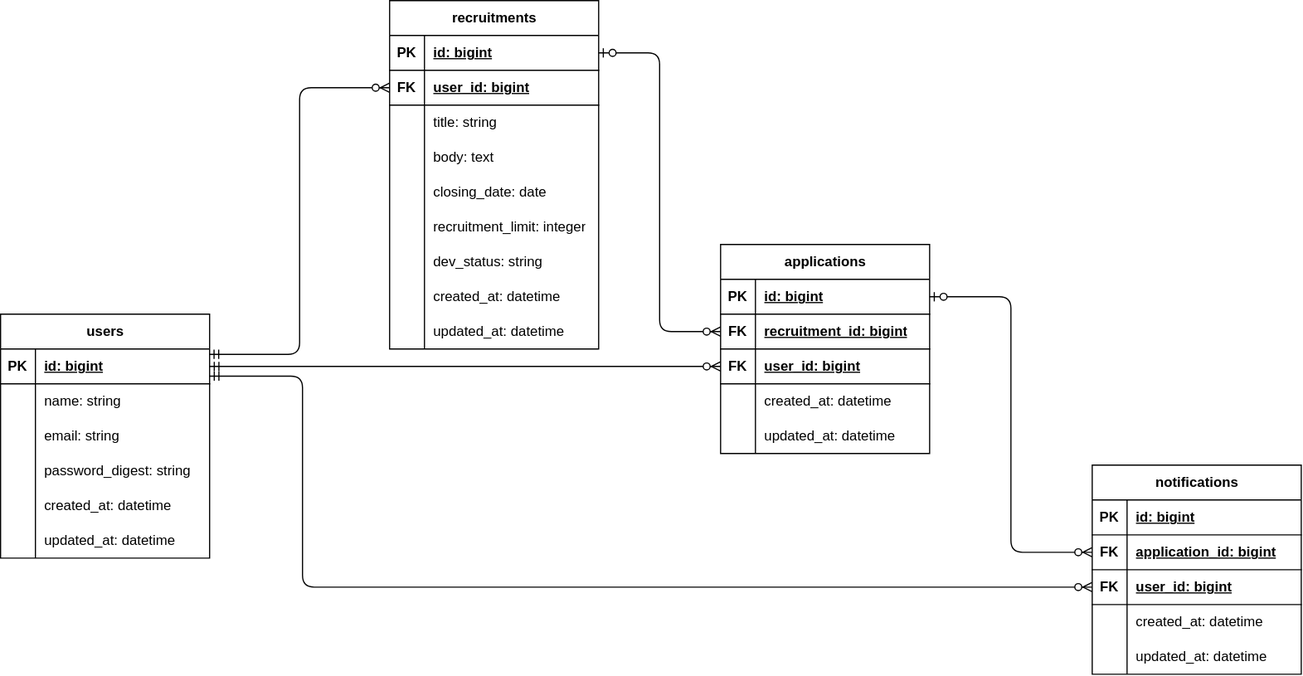
Before: docs/er-diagram.drawio.svg, a diagram exported from draw.io (tnakamura0/team-development-matching). Source tidied: cells renumbered, new cells last; positions are measured from the earlier drawing's top-left corner, leaving out a move shared by most shapes.
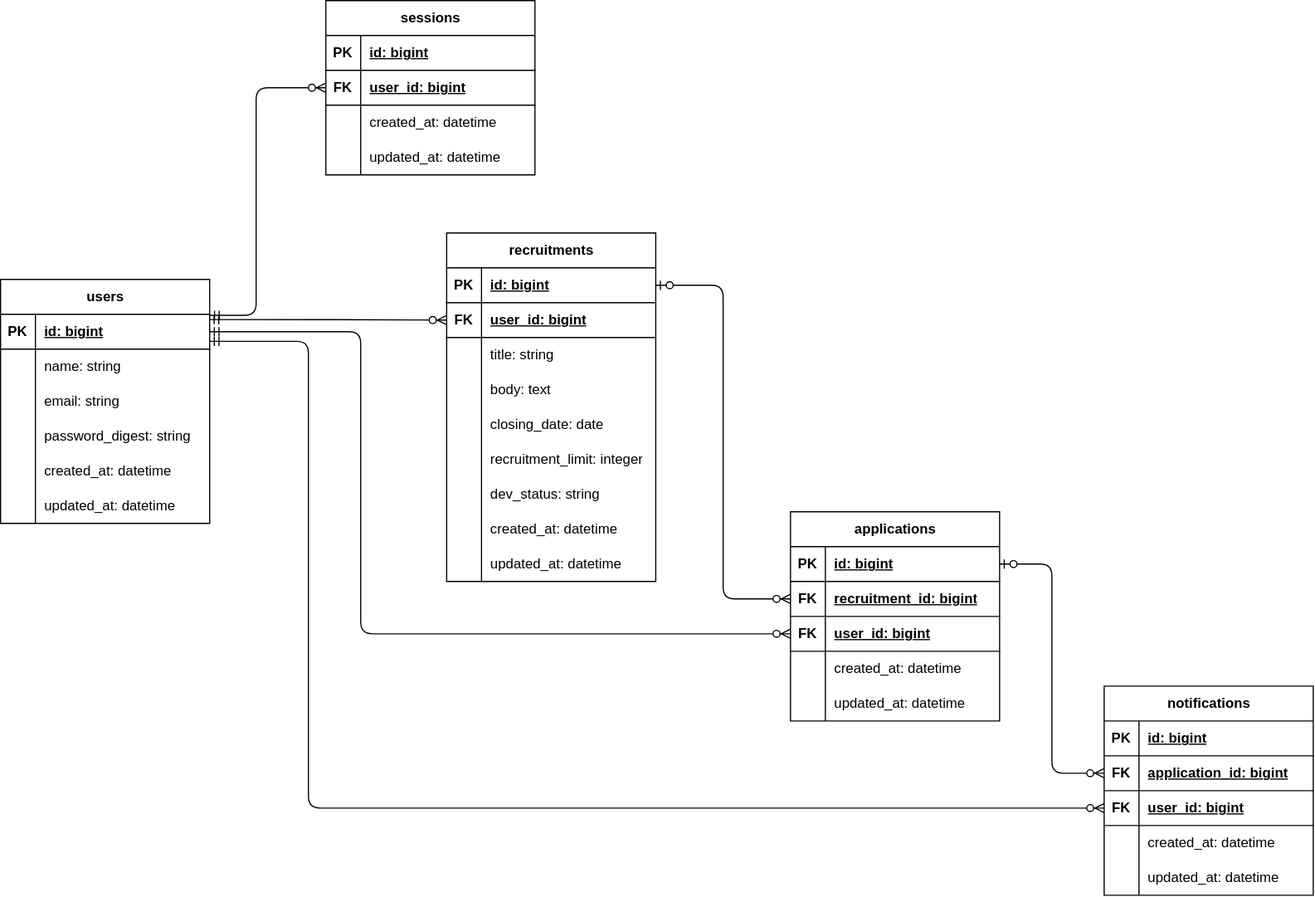
Later version of the same file.

Commit message:
dosc: sessionsテーブルを追加

Diff of the diagram source:
```diff
@@ -3,7 +3,7 @@
     <mxCell id="0" />
     <mxCell id="1" parent="0" />
     <mxCell id="2" value="users" style="shape=table;startSize=30;rowLines=0;fontStyle=1;align=center;html=1;" parent="1" vertex="1">
-      <mxGeometry y="270" width="180" height="210" as="geometry" />
+      <mxGeometry x="-5" y="210" width="180" height="210" as="geometry" />
     </mxCell>
     <mxCell id="3" style="shape=tableRow;horizontal=0;startSize=0;swimlaneHead=0;swimlaneBody=0;fillColor=none;points=[[0,0.5],[1,0.5]];portConstraint=eastwest;top=0;left=0;right=0;bottom=1;" parent="2" vertex="1">
       <mxGeometry y="30" width="180" height="30" as="geometry" />
@@ -60,7 +60,7 @@
       <mxGeometry x="30" width="150" height="30" as="geometry" />
     </mxCell>
     <mxCell id="21" value="recruitments" style="shape=table;startSize=30;rowLines=0;fontStyle=1;align=center;html=1;" parent="1" vertex="1">
-      <mxGeometry x="335" width="180" height="300" as="geometry" />
+      <mxGeometry x="379" y="170" width="180" height="300" as="geometry" />
     </mxCell>
     <mxCell id="22" style="shape=tableRow;horizontal=0;startSize=0;swimlaneHead=0;swimlaneBody=0;fillColor=none;points=[[0,0.5],[1,0.5]];portConstraint=eastwest;top=0;left=0;right=0;bottom=1;" parent="21" vertex="1">
       <mxGeometry y="30" width="180" height="30" as="geometry" />
@@ -144,7 +144,7 @@
       <mxGeometry x="30" width="150" height="30" as="geometry" />
     </mxCell>
     <mxCell id="49" value="notifications" style="shape=table;startSize=30;rowLines=0;fontStyle=1;align=center;html=1;" parent="1" vertex="1">
-      <mxGeometry x="940" y="400" width="180" height="180" as="geometry" />
+      <mxGeometry x="945" y="560" width="180" height="180" as="geometry" />
     </mxCell>
     <mxCell id="50" style="shape=tableRow;horizontal=0;startSize=0;swimlaneHead=0;swimlaneBody=0;fillColor=none;top=0;left=0;right=0;bottom=1;" parent="49" vertex="1">
       <mxGeometry y="30" width="180" height="30" as="geometry" />
@@ -192,7 +192,7 @@
       <mxGeometry x="30" width="150" height="30" as="geometry" />
     </mxCell>
     <mxCell id="65" value="applications" style="shape=table;startSize=30;rowLines=0;fontStyle=1;align=center;html=1;" parent="1" vertex="1">
-      <mxGeometry x="620" y="210" width="180" height="180" as="geometry" />
+      <mxGeometry x="675" y="410" width="180" height="180" as="geometry" />
     </mxCell>
     <mxCell id="66" style="shape=tableRow;horizontal=0;startSize=0;swimlaneHead=0;swimlaneBody=0;fillColor=none;points=[[0,0.5],[1,0.5]];portConstraint=eastwest;top=0;left=0;right=0;bottom=1;" parent="65" vertex="1">
       <mxGeometry y="30" width="180" height="30" as="geometry" />
@@ -243,13 +243,18 @@
       <mxGeometry x="0.02" relative="1" as="geometry" />
     </mxCell>
     <mxCell id="82" style="edgeStyle=orthogonalEdgeStyle;fontSize=12;html=1;endArrow=ERzeroToMany;startArrow=ERmandOne;exitX=1;exitY=0.5;exitDx=0;exitDy=0;entryX=0;entryY=0.5;entryDx=0;entryDy=0;" parent="1" edge="1" source="3" target="72">
-      <mxGeometry relative="1" as="geometry" />
+      <mxGeometry relative="1" as="geometry">
+        <Array as="points">
+          <mxPoint x="305" y="255" />
+          <mxPoint x="305" y="515" />
+        </Array>
+      </mxGeometry>
     </mxCell>
     <mxCell id="83" style="edgeStyle=orthogonalEdgeStyle;fontSize=12;html=1;endArrow=ERzeroToMany;startArrow=ERmandOne;entryX=0;entryY=0.5;entryDx=0;entryDy=0;exitX=1;exitY=0.777;exitDx=0;exitDy=0;exitPerimeter=0;" parent="1" edge="1" source="3" target="56">
       <mxGeometry x="-0.03" relative="1" as="geometry">
         <Array as="points">
-          <mxPoint x="260" y="323.3" />
-          <mxPoint x="260" y="505" />
+          <mxPoint x="260" y="263.3" />
+          <mxPoint x="260" y="665" />
         </Array>
       </mxGeometry>
     </mxCell>
@@ -259,5 +264,52 @@
     <mxCell id="85" style="edgeStyle=orthogonalEdgeStyle;fontSize=12;html=1;endArrow=ERzeroToMany;startArrow=ERzeroToOne;exitX=1;exitY=0.5;exitDx=0;exitDy=0;entryX=0;entryY=0.5;entryDx=0;entryDy=0;" parent="1" edge="1" source="66" target="53">
       <mxGeometry relative="1" as="geometry" />
     </mxCell>
+    <mxCell id="86" value="sessions" style="shape=table;startSize=30;rowLines=0;fontStyle=1;align=center;html=1;" parent="1" vertex="1">
+      <mxGeometry x="275" y="-30" width="180" height="150" as="geometry" />
+    </mxCell>
+    <mxCell id="87" style="shape=tableRow;horizontal=0;startSize=0;swimlaneHead=0;swimlaneBody=0;fillColor=none;top=0;left=0;right=0;bottom=1;" parent="86" vertex="1">
+      <mxGeometry y="30" width="180" height="30" as="geometry" />
+    </mxCell>
+    <mxCell id="88" value="PK" style="shape=partialRectangle;fillColor=none;top=0;left=0;bottom=0;right=0;fontStyle=1;overflow=hidden;whiteSpace=wrap;html=1;" parent="87" vertex="1">
+      <mxGeometry width="30" height="30" as="geometry" />
+    </mxCell>
+    <mxCell id="89" value="id: bigint" style="shape=partialRectangle;fillColor=none;top=0;left=0;bottom=0;right=0;align=left;spacingLeft=6;fontStyle=5;overflow=hidden;whiteSpace=wrap;html=1;" parent="87" vertex="1">
+      <mxGeometry x="30" width="150" height="30" as="geometry" />
+    </mxCell>
+    <mxCell id="90" style="shape=tableRow;horizontal=0;startSize=0;swimlaneHead=0;swimlaneBody=0;fillColor=none;points=[[0,0.5],[1,0.5]];portConstraint=eastwest;top=0;left=0;right=0;bottom=1;" parent="86" vertex="1">
+      <mxGeometry y="60" width="180" height="30" as="geometry" />
+    </mxCell>
+    <mxCell id="91" value="FK" style="shape=partialRectangle;fillColor=none;top=0;left=0;bottom=0;right=0;fontStyle=1;overflow=hidden;whiteSpace=wrap;html=1;" parent="90" vertex="1">
+      <mxGeometry width="30" height="30" as="geometry" />
+    </mxCell>
+    <mxCell id="92" value="user_id: bigint" style="shape=partialRectangle;fillColor=none;top=0;left=0;bottom=0;right=0;align=left;spacingLeft=6;fontStyle=5;overflow=hidden;whiteSpace=wrap;html=1;" parent="90" vertex="1">
+      <mxGeometry x="30" width="150" height="30" as="geometry" />
+    </mxCell>
+    <mxCell id="93" style="shape=tableRow;horizontal=0;startSize=0;swimlaneHead=0;swimlaneBody=0;fillColor=none;top=0;left=0;right=0;bottom=0;" parent="86" vertex="1">
+      <mxGeometry y="90" width="180" height="30" as="geometry" />
+    </mxCell>
+    <mxCell id="94" style="shape=partialRectangle;fillColor=none;top=0;left=0;bottom=0;right=0;overflow=hidden;whiteSpace=wrap;html=1;" parent="93" vertex="1">
+      <mxGeometry width="30" height="30" as="geometry" />
+    </mxCell>
+    <mxCell id="95" value="created_at: datetime" style="shape=partialRectangle;fillColor=none;top=0;left=0;bottom=0;right=0;align=left;spacingLeft=6;overflow=hidden;whiteSpace=wrap;html=1;" parent="93" vertex="1">
+      <mxGeometry x="30" width="150" height="30" as="geometry" />
+    </mxCell>
+    <mxCell id="96" style="shape=tableRow;horizontal=0;startSize=0;swimlaneHead=0;swimlaneBody=0;fillColor=none;top=0;left=0;right=0;bottom=0;" parent="86" vertex="1">
+      <mxGeometry y="120" width="180" height="30" as="geometry" />
+    </mxCell>
+    <mxCell id="97" style="shape=partialRectangle;fillColor=none;top=0;left=0;bottom=0;right=0;overflow=hidden;whiteSpace=wrap;html=1;" parent="96" vertex="1">
+      <mxGeometry width="30" height="30" as="geometry" />
+    </mxCell>
+    <mxCell id="98" value="updated_at: datetime" style="shape=partialRectangle;fillColor=none;top=0;left=0;bottom=0;right=0;align=left;spacingLeft=6;overflow=hidden;whiteSpace=wrap;html=1;" parent="96" vertex="1">
+      <mxGeometry x="30" width="150" height="30" as="geometry" />
+    </mxCell>
+    <mxCell id="99" style="edgeStyle=orthogonalEdgeStyle;fontSize=12;html=1;endArrow=ERzeroToMany;startArrow=ERmandOne;exitX=1.001;exitY=0.03;exitDx=0;exitDy=0;exitPerimeter=0;entryX=0;entryY=0.5;entryDx=0;entryDy=0;" parent="1" edge="1" source="3" target="90">
+      <mxGeometry relative="1" as="geometry">
+        <Array as="points">
+          <mxPoint x="215" y="240.9" />
+          <mxPoint x="215" y="45" />
+        </Array>
+      </mxGeometry>
+    </mxCell>
   </root>
 </mxGraphModel>
```
